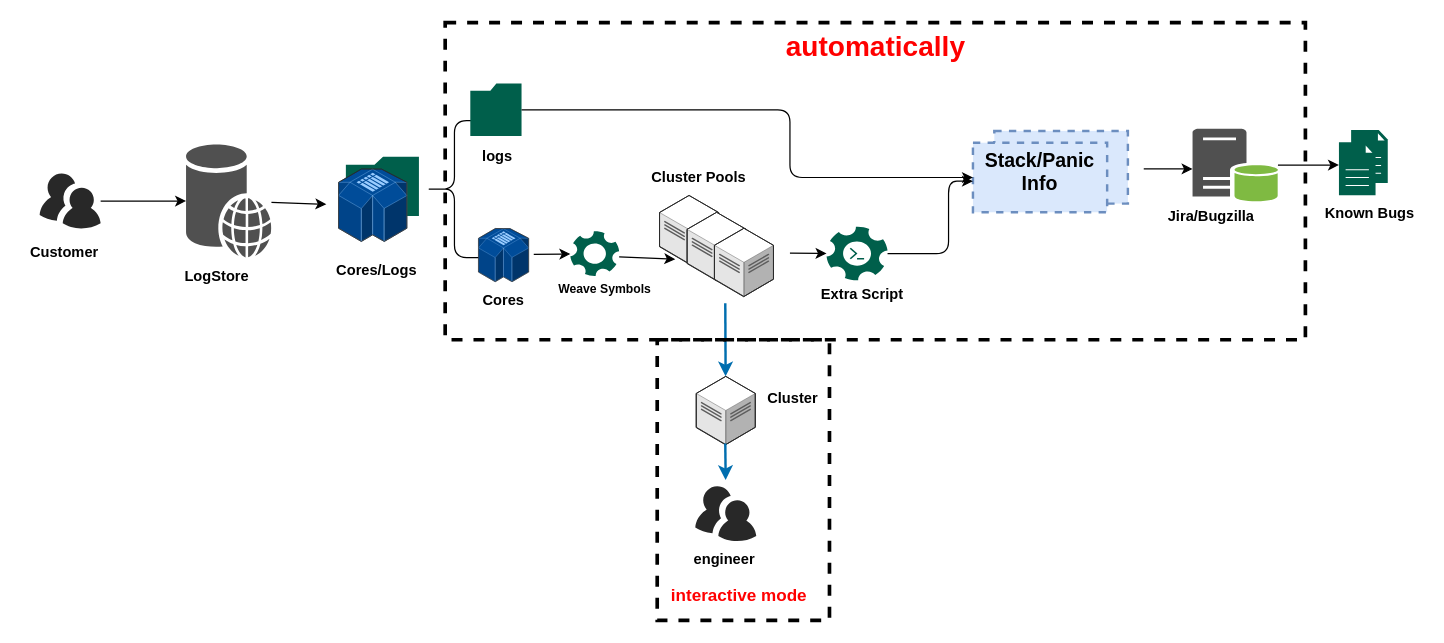
Earlier version of the draw.io diagram auto.drawio (JintGuo/common). Source tidied: cells renumbered, new cells numbered last; positions are measured from the earlier drawing's top-left corner, leaving out a move shared by most shapes. Both pictures are drawn from the tidied source at 122%, with x=0, y=0 at pixel (21, 22). Pictures stored in the file or linked from it are replaced by grey dashed boxes.
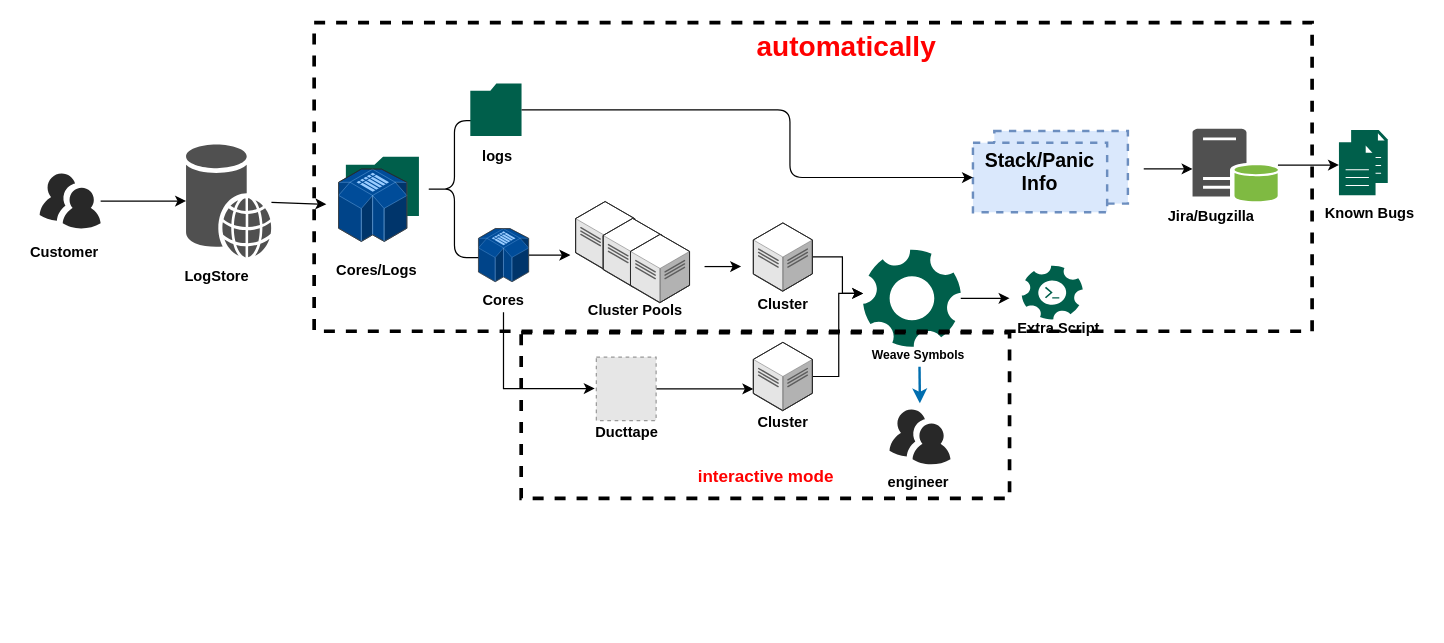
The same diagram, later.

Unchanged cells that the change refers to:
```xml
<mxCell id="2" value="Cores" style="text;html=1;align=center;verticalAlign=middle;points=[];fillColor=none;strokeColor=none;rounded=0;shadow=0;glass=0;sketch=0;fontStyle=1;" parent="1" vertex="1">
  <mxGeometry x="370.2" y="217.5" width="50" height="20" as="geometry" />
</mxCell>
<mxCell id="20" style="verticalLabelPosition=bottom;html=1;verticalAlign=top;strokeWidth=1;dashed=0;shape=mxgraph.aws3d.simpleDb2;fillColor=#004C99;strokeColor=#99CCFF;rounded=1;shadow=0;comic=0;fontSize=12;" parent="1" vertex="1">
  <mxGeometry x="374.7" y="168.8" width="41.1" height="43.6" as="geometry" />
</mxCell>
```

What changed in the source:
```diff
@@
+    <mxCell id="48" style="edgeStyle=orthogonalEdgeStyle;rounded=0;jettySize=auto;html=1;" parent="1" edge="1" source="2">
+      <mxGeometry relative="1" as="geometry">
+        <mxPoint x="470" y="300" as="targetPoint" />
+        <Array as="points">
+          <mxPoint x="395" y="300" />
+        </Array>
+      </mxGeometry>
+    </mxCell>
@@
     <mxCell id="3" value="&lt;font style=&quot;font-size: 10px&quot;&gt;Weave Symbols&lt;/font&gt;" style="text;html=1;align=center;verticalAlign=middle;fillColor=none;strokeColor=none;rounded=0;shadow=0;glass=0;sketch=0;fontStyle=1;" parent="1" vertex="1">
-      <mxGeometry x="433.1" y="207.8" width="90" height="20" as="geometry" />
+      <mxGeometry x="690" y="262.1" width="90" height="20" as="geometry" />
     </mxCell>
     <mxCell id="4" value="Cluster" style="text;html=1;align=center;verticalAlign=middle;fillColor=none;strokeColor=none;rounded=0;shadow=0;glass=0;sketch=0;fontStyle=1;" parent="1" vertex="1">
-      <mxGeometry x="602.4" y="297.9" width="60" height="20" as="geometry" />
+      <mxGeometry x="594.2" y="317.9" width="60" height="20" as="geometry" />
     </mxCell>
     <mxCell id="5" value="Extra Script" style="text;html=1;align=center;verticalAlign=middle;fillColor=none;strokeColor=none;rounded=0;shadow=0;glass=0;sketch=0;fontStyle=1;" parent="1" vertex="1">
-      <mxGeometry x="649" y="213.4" width="80" height="20" as="geometry" />
+      <mxGeometry x="810" y="240.5" width="80" height="20" as="geometry" />
     </mxCell>
@@
     <mxCell id="13" style="verticalLabelPosition=bottom;html=1;verticalAlign=top;strokeWidth=1;dashed=0;shape=mxgraph.aws3d.dataCenter;fillColor=#ffffff;strokeColor=#5E5E5E;rounded=1;shadow=0;comic=0;fontSize=12;" parent="1" vertex="1">
-      <mxGeometry x="523.1" y="141.7" width="48.4" height="55.9" as="geometry" />
+      <mxGeometry x="454.3" y="146.7" width="48.4" height="55.9" as="geometry" />
     </mxCell>
     <mxCell id="14" style="verticalLabelPosition=bottom;html=1;verticalAlign=top;strokeWidth=1;dashed=0;shape=mxgraph.aws3d.dataCenter;fillColor=#ffffff;strokeColor=#5E5E5E;rounded=1;shadow=0;comic=0;fontSize=12;" parent="1" vertex="1">
-      <mxGeometry x="545.7" y="155.5" width="48.4" height="55.9" as="geometry" />
+      <mxGeometry x="476.9" y="160.5" width="48.4" height="55.9" as="geometry" />
     </mxCell>
     <mxCell id="15" style="verticalLabelPosition=bottom;html=1;verticalAlign=top;strokeWidth=1;dashed=0;shape=mxgraph.aws3d.dataCenter;fillColor=#ffffff;strokeColor=#5E5E5E;rounded=1;shadow=0;comic=0;fontSize=12;" parent="1" vertex="1">
-      <mxGeometry x="568.1" y="168.6" width="48.4" height="55.9" as="geometry" />
+      <mxGeometry x="499.3" y="173.6" width="48.4" height="55.9" as="geometry" />
     </mxCell>
@@
+    <mxCell id="49" style="edgeStyle=orthogonalEdgeStyle;rounded=0;jettySize=auto;html=1;" parent="1" edge="1" source="20">
+      <mxGeometry relative="1" as="geometry">
+        <mxPoint x="450" y="190.6" as="targetPoint" />
+      </mxGeometry>
+    </mxCell>
@@
+    <mxCell id="50" style="edgeStyle=orthogonalEdgeStyle;rounded=0;jettySize=auto;html=1;" parent="1" edge="1" source="21">
+      <mxGeometry relative="1" as="geometry">
+        <mxPoint x="810" y="226" as="targetPoint" />
+      </mxGeometry>
+    </mxCell>
     <mxCell id="21" style="shadow=0;dashed=0;html=1;strokeColor=none;fillColor=#005F4B;labelPosition=center;verticalLabelPosition=bottom;verticalAlign=top;align=center;outlineConnect=0;shape=mxgraph.veeam2.service_application;glass=0;sketch=0;" parent="1" vertex="1">
-      <mxGeometry x="450" y="171" width="40" height="36.8" as="geometry" />
+      <mxGeometry x="690" y="186" width="80" height="80" as="geometry" />
     </mxCell>
-    <mxCell id="22" style="endArrow=classic;html=1;exitX=1.102;exitY=0.487;exitDx=0;exitDy=0;exitPerimeter=0;" parent="1" edge="1" source="20" target="21">
-      <mxGeometry relative="1" as="geometry" />
-    </mxCell>
     <mxCell id="23" style="shadow=0;dashed=0;html=1;strokeColor=none;fillColor=#005F4B;labelPosition=center;verticalLabelPosition=bottom;verticalAlign=top;align=center;outlineConnect=0;shape=mxgraph.veeam2.automation;glass=0;sketch=0;" parent="1" vertex="1">
-      <mxGeometry x="660" y="167.4" width="50" height="44" as="geometry" />
+      <mxGeometry x="820" y="199.4" width="50" height="44" as="geometry" />
     </mxCell>
@@
-    <mxCell id="25" style="endArrow=classic;html=1;entryX=0.267;entryY=0.935;entryDx=0;entryDy=0;entryPerimeter=0;" parent="1" edge="1" target="13">
-      <mxGeometry relative="1" as="geometry">
-        <mxPoint x="490" y="192" as="sourcePoint" />
-      </mxGeometry>
-    </mxCell>
-    <mxCell id="26" style="endArrow=classic;html=1;" parent="1" edge="1" target="23">
-      <mxGeometry relative="1" as="geometry">
-        <mxPoint x="630" y="189" as="sourcePoint" />
-      </mxGeometry>
-    </mxCell>
-    <mxCell id="27" style="edgeStyle=elbowEdgeStyle;elbow=horizontal;endArrow=classic;html=1;" parent="1" edge="1" source="23">
-      <mxGeometry relative="1" as="geometry">
-        <mxPoint x="780" y="130" as="targetPoint" />
-        <Array as="points">
-          <mxPoint x="760" y="130" />
-        </Array>
-      </mxGeometry>
-    </mxCell>
+    <mxCell id="51" style="edgeStyle=orthogonalEdgeStyle;rounded=0;jettySize=auto;html=1;" parent="1" edge="1" source="28" target="21">
+      <mxGeometry relative="1" as="geometry">
+        <Array as="points">
+          <mxPoint x="673" y="192" />
+          <mxPoint x="673" y="222" />
+        </Array>
+      </mxGeometry>
+    </mxCell>
     <mxCell id="28" style="verticalLabelPosition=bottom;html=1;verticalAlign=top;strokeWidth=1;dashed=0;shape=mxgraph.aws3d.dataCenter;fillColor=#ffffff;strokeColor=#5E5E5E;rounded=1;shadow=0;comic=0;fontSize=12;" parent="1" vertex="1">
-      <mxGeometry x="553.2" y="290" width="48.4" height="55.9" as="geometry" />
+      <mxGeometry x="600" y="164.2" width="48.4" height="55.9" as="geometry" />
     </mxCell>
@@
-    <mxCell id="35" style="endArrow=classic;html=1;fillColor=#1ba1e2;strokeColor=#006EAF;strokeWidth=2;" parent="1" edge="1" target="28">
-      <mxGeometry relative="1" as="geometry">
-        <mxPoint x="577" y="230" as="sourcePoint" />
-      </mxGeometry>
-    </mxCell>
@@
     <mxCell id="37" style="verticalLabelPosition=bottom;html=1;fillColor=#282828;strokeColor=none;verticalAlign=top;align=center;shape=mxgraph.cisco_safe.people_places_things_icons.icon9;" parent="1" vertex="1">
-      <mxGeometry x="552.4" y="380" width="50" height="45" as="geometry" />
+      <mxGeometry x="711.6" y="317.1" width="50" height="45" as="geometry" />
     </mxCell>
     <mxCell id="38" style="endArrow=classic;html=1;fillColor=#1ba1e2;strokeColor=#006EAF;strokeWidth=2;" parent="1" edge="1">
       <mxGeometry relative="1" as="geometry">
-        <mxPoint x="577" y="345" as="sourcePoint" />
-        <mxPoint x="577.3" y="375" as="targetPoint" />
+        <mxPoint x="736.2" y="282.1" as="sourcePoint" />
+        <mxPoint x="736.5" y="312.1" as="targetPoint" />
       </mxGeometry>
     </mxCell>
@@
     <mxCell id="42" value="Cluster Pools" style="text;html=1;align=center;verticalAlign=middle;fillColor=none;strokeColor=none;rounded=0;shadow=0;glass=0;sketch=0;fontStyle=1;" parent="1" vertex="1">
-      <mxGeometry x="510" y="117" width="90" height="20" as="geometry" />
+      <mxGeometry x="457.7" y="225.9" width="90" height="20" as="geometry" />
     </mxCell>
     <mxCell id="43" value="engineer" style="text;html=1;align=center;verticalAlign=middle;fillColor=none;strokeColor=none;rounded=0;shadow=0;glass=0;sketch=0;fontStyle=1;" parent="1" vertex="1">
-      <mxGeometry x="540.8" y="430" width="70" height="20" as="geometry" />
+      <mxGeometry x="700" y="367.1" width="70" height="20" as="geometry" />
     </mxCell>
     <mxCell id="44" style="rounded=0;whiteSpace=wrap;html=1;fillColor=none;dashed=1;fontStyle=1;strokeWidth=3;" parent="1" vertex="1">
-      <mxGeometry x="521.2" y="260" width="141.2" height="230" as="geometry" />
+      <mxGeometry x="409.7" y="254.2" width="400.3" height="135.8" as="geometry" />
     </mxCell>
     <mxCell id="45" value="&lt;font color=&quot;#ff0000&quot; style=&quot;font-size: 23px&quot;&gt;automatically&lt;/font&gt;" style="text;html=1;align=center;verticalAlign=middle;fillColor=none;strokeColor=none;rounded=0;shadow=0;glass=0;sketch=0;fontStyle=1;strokeWidth=2;" parent="1" vertex="1">
-      <mxGeometry x="619.9" y="10" width="160" height="20" as="geometry" />
+      <mxGeometry x="595.9" y="10" width="160" height="20" as="geometry" />
     </mxCell>
     <mxCell id="46" value="&lt;font color=&quot;#ff0000&quot; style=&quot;font-size: 14px&quot;&gt;interactive mode&lt;/font&gt;" style="text;html=1;align=center;verticalAlign=middle;fillColor=none;strokeColor=none;rounded=0;shadow=0;glass=0;sketch=0;fontStyle=1;" parent="1" vertex="1">
-      <mxGeometry x="523.1" y="460" width="130" height="20" as="geometry" />
+      <mxGeometry x="544.8" y="362.1" width="130" height="20" as="geometry" />
     </mxCell>
     <mxCell id="47" style="rounded=0;whiteSpace=wrap;html=1;fillColor=none;dashed=1;fontStyle=1;strokeWidth=3;" parent="1" vertex="1">
-      <mxGeometry x="347.4" width="705.1" height="260" as="geometry" />
+      <mxGeometry x="240" width="818" height="253" as="geometry" />
     </mxCell>
+    <mxCell id="52" style="edgeStyle=orthogonalEdgeStyle;rounded=0;jettySize=auto;html=1;entryX=0;entryY=0.683;entryDx=0;entryDy=0;entryPerimeter=0;" parent="1" edge="1" source="53" target="55">
+      <mxGeometry relative="1" as="geometry" />
+    </mxCell>
+    <mxCell id="53" style="fillColor=#E6E6E6;strokeColor=#999999;dashed=1;verticalLabelPosition=bottom;verticalAlign=top;" parent="1" vertex="1">
+      <mxGeometry x="471.3" y="274.2" width="49" height="52" as="geometry" />
+    </mxCell>
+    <mxCell id="54" style="edgeStyle=orthogonalEdgeStyle;rounded=0;jettySize=auto;html=1;" parent="1" edge="1" source="55" target="21">
+      <mxGeometry relative="1" as="geometry">
+        <Array as="points">
+          <mxPoint x="670" y="290" />
+          <mxPoint x="670" y="222" />
+        </Array>
+      </mxGeometry>
+    </mxCell>
+    <mxCell id="55" style="verticalLabelPosition=bottom;html=1;verticalAlign=top;strokeWidth=1;dashed=0;shape=mxgraph.aws3d.dataCenter;fillColor=#ffffff;strokeColor=#5E5E5E;rounded=1;shadow=0;comic=0;fontSize=12;" parent="1" vertex="1">
+      <mxGeometry x="600" y="262.1" width="48.4" height="55.9" as="geometry" />
+    </mxCell>
+    <mxCell id="56" value="Cluster" style="text;html=1;align=center;verticalAlign=middle;fillColor=none;strokeColor=none;rounded=0;shadow=0;glass=0;sketch=0;fontStyle=1;" parent="1" vertex="1">
+      <mxGeometry x="594.2" y="220.5" width="60" height="20" as="geometry" />
+    </mxCell>
+    <mxCell id="57" value="Ducttape" style="text;html=1;align=center;verticalAlign=middle;fillColor=none;strokeColor=none;rounded=0;shadow=0;glass=0;sketch=0;fontStyle=1;" parent="1" vertex="1">
+      <mxGeometry x="460.7" y="326.2" width="70" height="20" as="geometry" />
+    </mxCell>
+    <mxCell id="58" style="endArrow=classic;html=1;rounded=0;" parent="1" edge="1">
+      <mxGeometry relative="1" as="geometry">
+        <mxPoint x="560" y="200" as="sourcePoint" />
+        <mxPoint x="590" y="200" as="targetPoint" />
+      </mxGeometry>
+    </mxCell>
```
